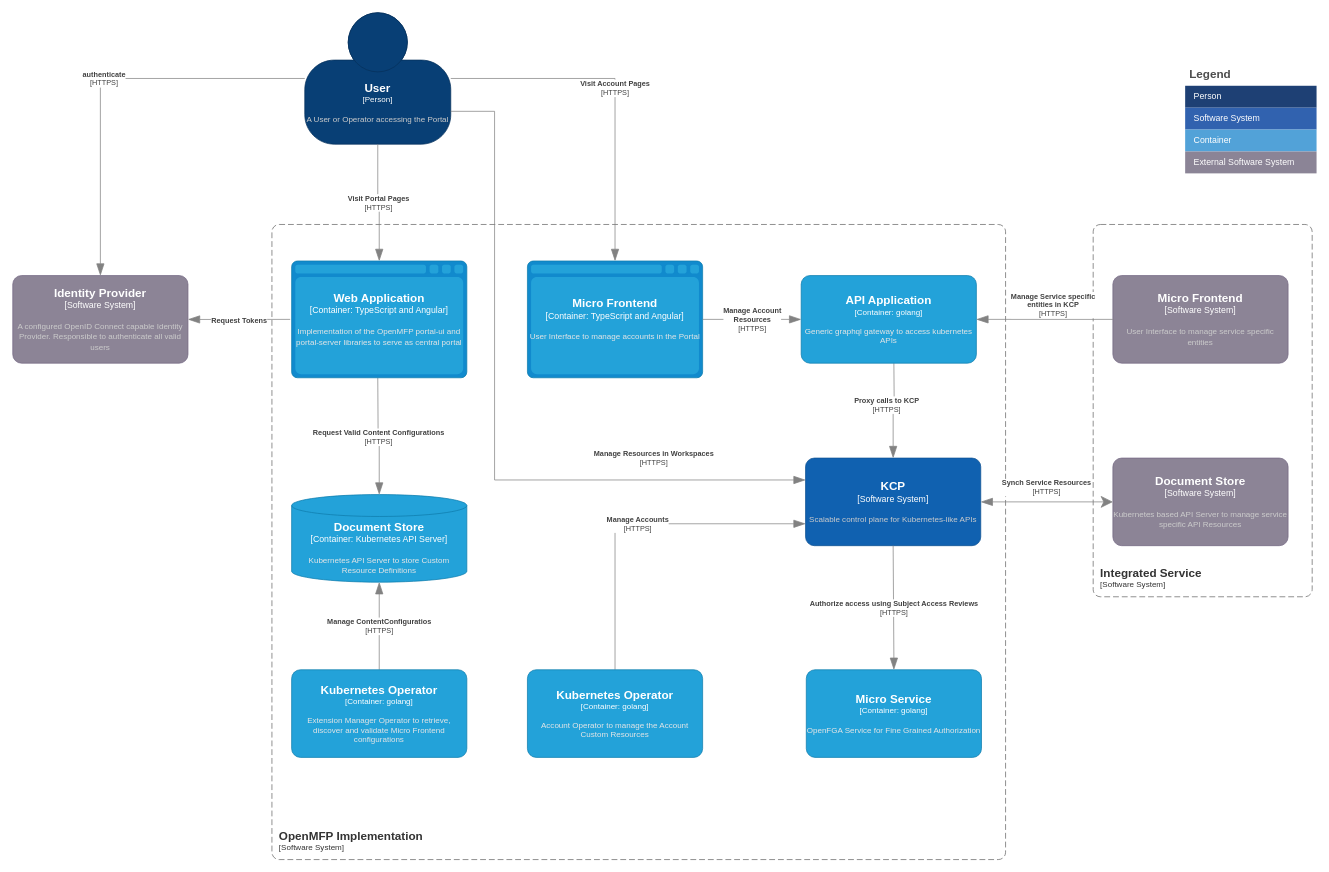
Before: page "v1-container-diagram" (4 of 4) of diagrams/openmfp-c4.drawio in openmfp/architecture, a draw.io diagram. Source tidied: cells renumbered, new cells numbered last; positions are measured from the earlier drawing's top-left corner, leaving out a move shared by most shapes. Both pictures are drawn from the tidied source at 73%, with x=0, y=0 at pixel (12, 12).
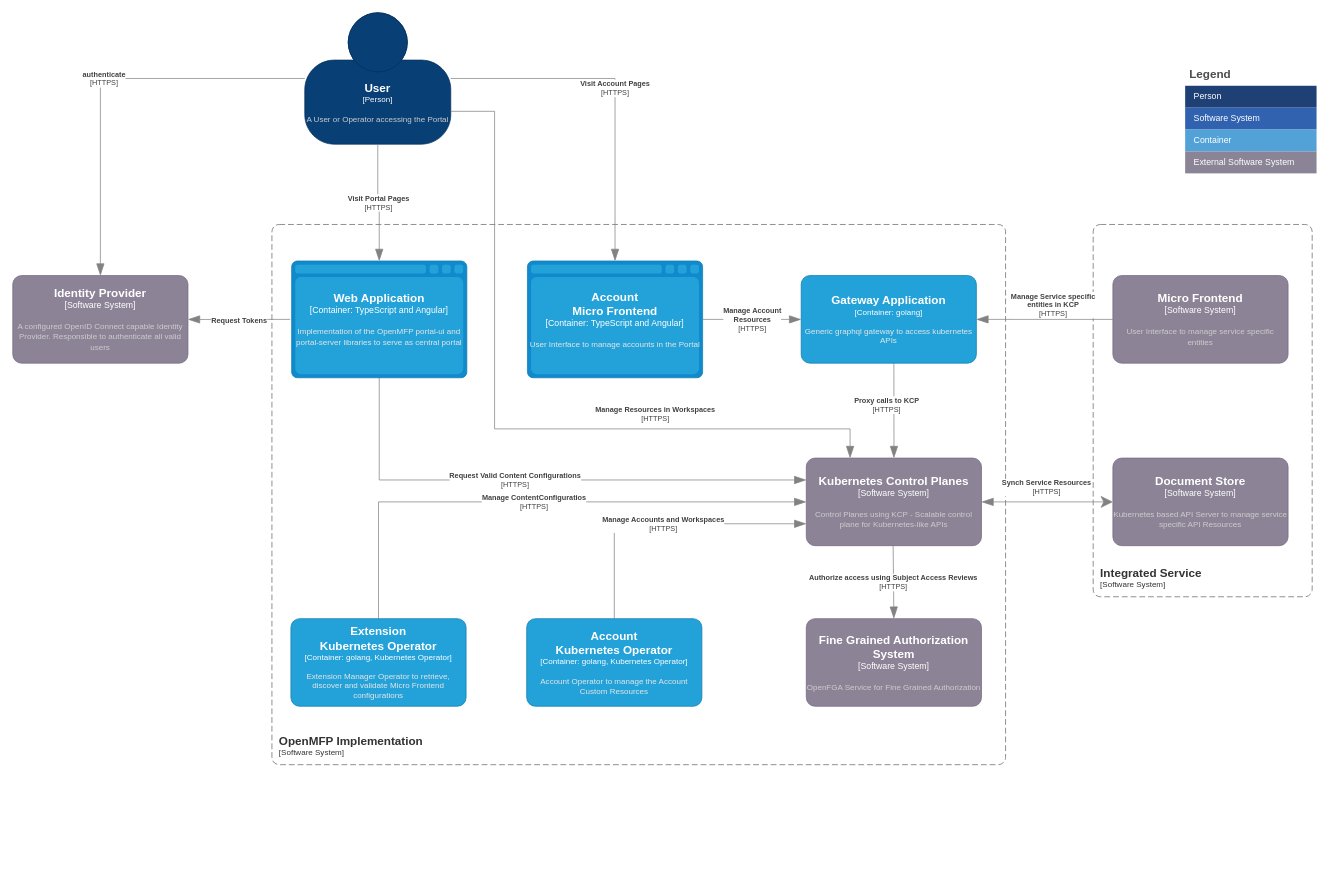
After the change.

Unchanged cells that the change refers to:
```xml
<object id="2" label="&lt;font style=&quot;font-size: 16px&quot;&gt;&lt;b&gt;%c4Name%&lt;/b&gt;&lt;/font&gt;&lt;div&gt;[%c4Type%]&lt;/div&gt;&lt;br&gt;&lt;div&gt;&lt;font style=&quot;font-size: 11px&quot;&gt;&lt;font color=&quot;#cccccc&quot;&gt;%c4Description%&lt;/font&gt;&lt;/div&gt;" c4Description="A User or Operator accessing the Portal" c4Name="User" c4Type="Person" placeholders="1">
  <mxCell style="html=1;fontSize=11;dashed=0;whiteSpace=wrap;fillColor=#083F75;strokeColor=#06315C;fontColor=#ffffff;shape=mxgraph.c4.person2;align=center;points=[[0.5,0,0],[1,0.5,0],[1,0.75,0],[0.75,1,0],[0.5,1,0],[0.25,1,0],[0,0.75,0],[0,0.5,0]];" parent="1" vertex="1">
    <mxGeometry x="400" width="200" height="180" as="geometry" />
  </mxCell>
</object>
<object id="10" label="&lt;font style=&quot;font-size: 16px&quot;&gt;&lt;b&gt;%c4Name%&lt;/b&gt;&lt;/font&gt;&lt;div&gt;[%c4Type%:&amp;nbsp;%c4Technology%]&lt;/div&gt;&lt;br&gt;&lt;div&gt;&lt;font style=&quot;font-size: 11px&quot;&gt;&lt;font color=&quot;#E6E6E6&quot;&gt;%c4Description%&lt;/font&gt;&lt;/div&gt;" c4Description="Implementation of the OpenMFP portal-ui and portal-server libraries to serve as central portal" c4Name="Web Application" c4Technology="TypeScript and Angular" c4Type="Container" placeholders="1">
  <mxCell style="shape=mxgraph.c4.webBrowserContainer2;whiteSpace=wrap;html=1;boundedLbl=1;rounded=0;labelBackgroundColor=none;strokeColor=#118ACD;fillColor=#23A2D9;strokeColor=#118ACD;strokeColor2=#0E7DAD;fontSize=12;fontColor=#ffffff;align=center;points=[[0.5,0,0],[1,0.25,0],[1,0.5,0],[1,0.75,0],[0.5,1,0],[0,0.75,0],[0,0.5,0],[0,0.25,0]];" parent="1" vertex="1">
    <mxGeometry x="382" y="340" width="240" height="160" as="geometry" />
  </mxCell>
</object>
<object id="28" label="&lt;font style=&quot;font-size: 16px&quot;&gt;&lt;b&gt;%c4Name%&lt;/b&gt;&lt;/font&gt;&lt;div&gt;[%c4Type%]&lt;/div&gt;&lt;br&gt;&lt;div&gt;&lt;font style=&quot;font-size: 11px&quot;&gt;&lt;font color=&quot;#cccccc&quot;&gt;%c4Description%&lt;/font&gt;&lt;/div&gt;" c4Description="Kubernetes based API Server to manage service specific API Resources" c4Name="Document Store" c4Type="Software System" placeholders="1">
  <mxCell style="rounded=1;whiteSpace=wrap;html=1;labelBackgroundColor=none;fillColor=#8C8496;fontColor=#ffffff;align=center;arcSize=10;strokeColor=#736782;points=[[0.25,0,0],[0.5,0,0],[0.75,0,0],[1,0.25,0],[1,0.5,0],[1,0.75,0],[0.75,1,0],[0.5,1,0],[0.25,1,0],[0,0.75,0],[0,0.5,0],[0,0.25,0]];" parent="1" vertex="1">
    <mxGeometry x="1507" y="610" width="240" height="120" as="geometry" />
  </mxCell>
</object>
```

Change to the diagram source:
```diff
@@
     <object id="5" label="&lt;font style=&quot;font-size: 16px&quot;&gt;&lt;b&gt;&lt;div style=&quot;text-align: left&quot;&gt;%c4Name%&lt;/div&gt;&lt;/b&gt;&lt;/font&gt;&lt;div style=&quot;text-align: left&quot;&gt;[%c4Application%]&lt;/div&gt;" c4Application="Software System" c4Name="OpenMFP Implementation" placeholders="1">
       <mxCell style="rounded=1;fontSize=11;whiteSpace=wrap;html=1;dashed=1;arcSize=20;fillColor=none;strokeColor=#666666;fontColor=#333333;labelBackgroundColor=none;align=left;verticalAlign=bottom;labelBorderColor=none;spacingTop=0;spacing=10;dashPattern=8 4;perimeter=rectanglePerimeter;noLabel=0;labelPadding=0;absoluteArcSize=1;" parent="1" vertex="1">
-        <mxGeometry x="355" y="290" width="1005" height="870" as="geometry" />
+        <mxGeometry x="355" y="290" width="1005" height="740" as="geometry" />
       </mxCell>
     </object>
@@
     <object id="8" label="&lt;div style=&quot;text-align: left&quot;&gt;&lt;div style=&quot;text-align: center&quot;&gt;&lt;b&gt;%c4Description%&lt;/b&gt;&lt;/div&gt;&lt;div style=&quot;text-align: center&quot;&gt;[%c4Technology%]&lt;/div&gt;&lt;/div&gt;" c4Description="Request Valid Content Configurations" c4Technology="HTTPS" placeholders="1">
-      <mxCell style="endArrow=blockThin;html=1;fontSize=10;fontColor=#404040;strokeWidth=1;endFill=1;strokeColor=#828282;elbow=vertical;endSize=14;startSize=14;jumpStyle=arc;jumpSize=16;rounded=0;edgeStyle=orthogonalEdgeStyle;exitX=0.5;exitY=1;exitDx=0;exitDy=0;exitPerimeter=0;entryX=0.5;entryY=0;entryDx=0;entryDy=0;entryPerimeter=0;" parent="1" edge="1" target="31">
-        <mxGeometry relative="1" as="geometry">
-          <mxPoint x="500" y="500" as="sourcePoint" />
+      <mxCell style="endArrow=blockThin;html=1;fontSize=10;fontColor=#404040;strokeWidth=1;endFill=1;strokeColor=#828282;elbow=vertical;endSize=14;startSize=14;jumpStyle=arc;jumpSize=16;rounded=0;edgeStyle=orthogonalEdgeStyle;exitX=0.5;exitY=1;exitDx=0;exitDy=0;exitPerimeter=0;entryX=0;entryY=0.25;entryDx=0;entryDy=0;entryPerimeter=0;" parent="1" edge="1" source="10" target="38">
+        <mxGeometry x="-0.1" relative="1" as="geometry">
+          <Array as="points">
+            <mxPoint x="502" y="640" />
+          </Array>
         </mxGeometry>
       </mxCell>
     </object>
-    <object id="9" label="&lt;font style=&quot;font-size: 16px&quot;&gt;&lt;b&gt;%c4Name%&lt;/b&gt;&lt;/font&gt;&lt;div&gt;[%c4Type%:&amp;nbsp;%c4Technology%]&lt;/div&gt;&lt;br&gt;&lt;div&gt;&lt;font style=&quot;font-size: 11px&quot;&gt;&lt;font color=&quot;#E6E6E6&quot;&gt;%c4Description%&lt;/font&gt;&lt;/div&gt;" c4Description="User Interface to manage accounts in the Portal" c4Name="Micro Frontend" c4Technology="TypeScript and Angular" c4Type="Container" placeholders="1">
+    <object id="9" label="&lt;font style=&quot;font-size: 16px&quot;&gt;&lt;b&gt;%c4Name%&lt;/b&gt;&lt;/font&gt;&lt;div&gt;[%c4Type%:&amp;nbsp;%c4Technology%]&lt;/div&gt;&lt;br&gt;&lt;div&gt;&lt;font style=&quot;font-size: 11px&quot;&gt;&lt;font color=&quot;#E6E6E6&quot;&gt;%c4Description%&lt;/font&gt;&lt;/div&gt;" c4Description="User Interface to manage accounts in the Portal" c4Name="Account&#10;Micro Frontend" c4Technology="TypeScript and Angular" c4Type="Container" placeholders="1">
       <mxCell style="shape=mxgraph.c4.webBrowserContainer2;whiteSpace=wrap;html=1;boundedLbl=1;rounded=0;labelBackgroundColor=none;strokeColor=#118ACD;fillColor=#23A2D9;strokeColor=#118ACD;strokeColor2=#0E7DAD;fontSize=12;fontColor=#ffffff;align=center;points=[[0.5,0,0],[1,0.25,0],[1,0.5,0],[1,0.75,0],[0.5,1,0],[0,0.75,0],[0,0.5,0],[0,0.25,0]];" parent="1" vertex="1">
         <mxGeometry x="705" y="340" width="240" height="160" as="geometry" />
       </mxCell>
     </object>
@@
-    <object id="11" label="&lt;font style=&quot;font-size: 16px&quot;&gt;&lt;b&gt;%c4Name%&lt;/b&gt;&lt;/font&gt;&lt;div&gt;[%c4Type%]&lt;/div&gt;&lt;br&gt;&lt;div&gt;&lt;font style=&quot;font-size: 11px&quot;&gt;&lt;font color=&quot;#cccccc&quot;&gt;%c4Description%&lt;/font&gt;&lt;/div&gt;" c4Description="Scalable control plane for Kubernetes-like APIs" c4Name="KCP" c4Type="Software System" placeholders="1">
-      <mxCell style="rounded=1;whiteSpace=wrap;html=1;labelBackgroundColor=none;fillColor=#1061B0;fontColor=#ffffff;align=center;arcSize=10;strokeColor=#0D5091;points=[[0.25,0,0],[0.5,0,0],[0.75,0,0],[1,0.25,0],[1,0.5,0],[1,0.75,0],[0.75,1,0],[0.5,1,0],[0.25,1,0],[0,0.75,0],[0,0.5,0],[0,0.25,0]];" parent="1" vertex="1">
-        <mxGeometry x="1086" y="610" width="240" height="120" as="geometry" />
-      </mxCell>
-    </object>
@@
     <object id="13" label="&lt;div style=&quot;text-align: left&quot;&gt;&lt;div style=&quot;text-align: center&quot;&gt;&lt;b&gt;%c4Description%&lt;/b&gt;&lt;/div&gt;&lt;div style=&quot;text-align: center&quot;&gt;[%c4Technology%]&lt;/div&gt;&lt;/div&gt;" c4Description="Manage Resources in Workspaces" c4Technology="HTTPS" placeholders="1">
-      <mxCell style="endArrow=blockThin;html=1;fontSize=10;fontColor=#404040;strokeWidth=1;endFill=1;strokeColor=#828282;elbow=vertical;endSize=14;startSize=14;jumpStyle=arc;jumpSize=16;rounded=0;edgeStyle=orthogonalEdgeStyle;entryX=0;entryY=0.25;entryDx=0;entryDy=0;entryPerimeter=0;exitX=1;exitY=0.75;exitDx=0;exitDy=0;exitPerimeter=0;" parent="1" edge="1" source="2" target="11">
-        <mxGeometry x="0.58" y="30" relative="1" as="geometry">
+      <mxCell style="endArrow=blockThin;html=1;fontSize=10;fontColor=#404040;strokeWidth=1;endFill=1;strokeColor=#828282;elbow=vertical;endSize=14;startSize=14;jumpStyle=arc;jumpSize=16;rounded=0;edgeStyle=orthogonalEdgeStyle;entryX=0.25;entryY=0;entryDx=0;entryDy=0;entryPerimeter=0;exitX=1;exitY=0.75;exitDx=0;exitDy=0;exitPerimeter=0;" parent="1" edge="1" source="2" target="38">
+        <mxGeometry x="0.4" y="20" relative="1" as="geometry">
           <Array as="points">
             <mxPoint x="660" y="135" />
-            <mxPoint x="660" y="640" />
+            <mxPoint x="660" y="570" />
+            <mxPoint x="1147" y="570" />
           </Array>
         </mxGeometry>
       </mxCell>
     </object>
@@
     <object id="15" label="&lt;div style=&quot;text-align: left&quot;&gt;&lt;div style=&quot;text-align: center&quot;&gt;&lt;b&gt;%c4Description%&lt;/b&gt;&lt;/div&gt;&lt;div style=&quot;text-align: center&quot;&gt;[%c4Technology%]&lt;/div&gt;&lt;/div&gt;" c4Description="Proxy calls to KCP" c4Technology="HTTPS" placeholders="1">
-      <mxCell style="endArrow=blockThin;html=1;fontSize=10;fontColor=#404040;strokeWidth=1;endFill=1;strokeColor=#828282;elbow=vertical;endSize=14;startSize=14;jumpStyle=arc;jumpSize=16;rounded=0;edgeStyle=orthogonalEdgeStyle;exitX=0.5;exitY=1;exitDx=0;exitDy=0;exitPerimeter=0;entryX=0.5;entryY=0;entryDx=0;entryDy=0;entryPerimeter=0;" parent="1" edge="1" target="11">
+      <mxCell style="endArrow=blockThin;html=1;fontSize=10;fontColor=#404040;strokeWidth=1;endFill=1;strokeColor=#828282;elbow=vertical;endSize=14;startSize=14;jumpStyle=arc;jumpSize=16;rounded=0;edgeStyle=orthogonalEdgeStyle;exitX=0.5;exitY=1;exitDx=0;exitDy=0;exitPerimeter=0;entryX=0.5;entryY=0;entryDx=0;entryDy=0;entryPerimeter=0;" parent="1" edge="1" target="38">
         <mxGeometry x="-0.13" y="-10" relative="1" as="geometry">
           <mxPoint x="1207" y="480" as="sourcePoint" />
         </mxGeometry>
       </mxCell>
     </object>
     <object id="16" label="&lt;div style=&quot;text-align: left&quot;&gt;&lt;div style=&quot;text-align: center&quot;&gt;&lt;b&gt;%c4Description%&lt;/b&gt;&lt;/div&gt;&lt;div style=&quot;text-align: center&quot;&gt;[%c4Technology%]&lt;/div&gt;&lt;/div&gt;" c4Description="Authorize access using Subject Access Reviews" c4Technology="HTTPS" placeholders="1">
-      <mxCell style="endArrow=blockThin;html=1;fontSize=10;fontColor=#404040;strokeWidth=1;endFill=1;strokeColor=#828282;elbow=vertical;endSize=14;startSize=14;jumpStyle=arc;jumpSize=16;rounded=0;edgeStyle=orthogonalEdgeStyle;exitX=0.5;exitY=1;exitDx=0;exitDy=0;exitPerimeter=0;entryX=0.5;entryY=0;entryDx=0;entryDy=0;entryPerimeter=0;" parent="1" edge="1" source="11" target="36">
-        <mxGeometry relative="1" as="geometry" />
+      <mxCell style="endArrow=blockThin;html=1;fontSize=10;fontColor=#404040;strokeWidth=1;endFill=1;strokeColor=#828282;elbow=vertical;endSize=14;startSize=14;jumpStyle=arc;jumpSize=16;rounded=0;edgeStyle=orthogonalEdgeStyle;exitX=0.5;exitY=1;exitDx=0;exitDy=0;exitPerimeter=0;entryX=0.5;entryY=0;entryDx=0;entryDy=0;entryPerimeter=0;" parent="1" edge="1" target="39">
+        <mxGeometry relative="1" as="geometry">
+          <mxPoint x="1206" y="730" as="sourcePoint" />
+        </mxGeometry>
       </mxCell>
     </object>
@@
     <object id="30" label="&lt;div style=&quot;text-align: left&quot;&gt;&lt;div style=&quot;text-align: center&quot;&gt;&lt;b&gt;%c4Description%&lt;/b&gt;&lt;/div&gt;&lt;div style=&quot;text-align: center&quot;&gt;[%c4Technology%]&lt;/div&gt;&lt;/div&gt;" c4Description="Synch Service Resources" c4Technology="HTTPS" placeholders="1">
-      <mxCell style="endArrow=blockThin;html=1;fontSize=10;fontColor=#404040;strokeWidth=1;endFill=1;strokeColor=#828282;elbow=vertical;endSize=14;startSize=14;jumpStyle=arc;jumpSize=16;rounded=0;edgeStyle=orthogonalEdgeStyle;exitX=0;exitY=0.5;exitDx=0;exitDy=0;exitPerimeter=0;entryX=1;entryY=0.5;entryDx=0;entryDy=0;entryPerimeter=0;startArrow=classic;startFill=1;" parent="1" edge="1" source="28" target="11">
+      <mxCell style="endArrow=blockThin;html=1;fontSize=10;fontColor=#404040;strokeWidth=1;endFill=1;strokeColor=#828282;elbow=vertical;endSize=14;startSize=14;jumpStyle=arc;jumpSize=16;rounded=0;edgeStyle=orthogonalEdgeStyle;exitX=0;exitY=0.5;exitDx=0;exitDy=0;exitPerimeter=0;entryX=1;entryY=0.5;entryDx=0;entryDy=0;entryPerimeter=0;startArrow=classic;startFill=1;" parent="1" edge="1" source="28" target="38">
         <mxGeometry x="0.01" y="-20" relative="1" as="geometry" />
       </mxCell>
     </object>
-    <object id="31" label="&lt;font style=&quot;font-size: 16px&quot;&gt;&lt;b&gt;%c4Name%&lt;/b&gt;&lt;/font&gt;&lt;div&gt;[%c4Type%:&amp;nbsp;%c4Technology%]&lt;/div&gt;&lt;br&gt;&lt;div&gt;&lt;font style=&quot;font-size: 11px&quot;&gt;&lt;font color=&quot;#E6E6E6&quot;&gt;%c4Description%&lt;/font&gt;&lt;/div&gt;" c4Description="Kubernetes API Server to store Custom Resource Definitions" c4Name="Document Store" c4Technology="Kubernetes API Server" c4Type="Container" placeholders="1">
-      <mxCell style="shape=cylinder3;size=15;whiteSpace=wrap;html=1;boundedLbl=1;rounded=0;labelBackgroundColor=none;fillColor=#23A2D9;fontSize=12;fontColor=#ffffff;align=center;strokeColor=#0E7DAD;points=[[0.5,0,0],[1,0.25,0],[1,0.5,0],[1,0.75,0],[0.5,1,0],[0,0.75,0],[0,0.5,0],[0,0.25,0]];" parent="1" vertex="1">
-        <mxGeometry x="382" y="660" width="240" height="120" as="geometry" />
-      </mxCell>
-    </object>
     <object id="32" label="&lt;div style=&quot;text-align: left&quot;&gt;&lt;div style=&quot;text-align: center&quot;&gt;&lt;b&gt;%c4Description%&lt;/b&gt;&lt;/div&gt;&lt;div style=&quot;text-align: center&quot;&gt;[%c4Technology%]&lt;/div&gt;&lt;/div&gt;" c4Description="Manage ContentConfiguratios" c4Technology="HTTPS" placeholders="1">
-      <mxCell style="endArrow=blockThin;html=1;fontSize=10;fontColor=#404040;strokeWidth=1;endFill=1;strokeColor=#828282;elbow=vertical;endSize=14;startSize=14;jumpStyle=arc;jumpSize=16;rounded=0;edgeStyle=orthogonalEdgeStyle;exitX=0.5;exitY=0;exitDx=0;exitDy=0;exitPerimeter=0;entryX=0.5;entryY=1;entryDx=0;entryDy=0;entryPerimeter=0;" parent="1" edge="1" source="34" target="31">
+      <mxCell style="endArrow=blockThin;html=1;fontSize=10;fontColor=#404040;strokeWidth=1;endFill=1;strokeColor=#828282;elbow=vertical;endSize=14;startSize=14;jumpStyle=arc;jumpSize=16;rounded=0;edgeStyle=orthogonalEdgeStyle;exitX=0.5;exitY=0;exitDx=0;exitDy=0;exitPerimeter=0;entryX=0;entryY=0.5;entryDx=0;entryDy=0;entryPerimeter=0;" parent="1" edge="1" source="34" target="38">
         <mxGeometry relative="1" as="geometry" />
       </mxCell>
     </object>
-    <object id="33" label="&lt;div style=&quot;text-align: left&quot;&gt;&lt;div style=&quot;text-align: center&quot;&gt;&lt;b&gt;%c4Description%&lt;/b&gt;&lt;/div&gt;&lt;div style=&quot;text-align: center&quot;&gt;[%c4Technology%]&lt;/div&gt;&lt;/div&gt;" c4Description="Manage Accounts" c4Technology="HTTPS" placeholders="1">
-      <mxCell style="endArrow=blockThin;html=1;fontSize=10;fontColor=#404040;strokeWidth=1;endFill=1;strokeColor=#828282;elbow=vertical;endSize=14;startSize=14;jumpStyle=arc;jumpSize=16;rounded=0;edgeStyle=orthogonalEdgeStyle;entryX=0;entryY=0.75;entryDx=0;entryDy=0;entryPerimeter=0;exitX=0.5;exitY=0;exitDx=0;exitDy=0;exitPerimeter=0;" parent="1" edge="1" source="35" target="11">
+    <object id="33" label="&lt;div style=&quot;text-align: left&quot;&gt;&lt;div style=&quot;text-align: center&quot;&gt;&lt;b&gt;%c4Description%&lt;/b&gt;&lt;/div&gt;&lt;div style=&quot;text-align: center&quot;&gt;[%c4Technology%]&lt;/div&gt;&lt;/div&gt;" c4Description="Manage Accounts and Workspaces" c4Technology="HTTPS" placeholders="1">
+      <mxCell style="endArrow=blockThin;html=1;fontSize=10;fontColor=#404040;strokeWidth=1;endFill=1;strokeColor=#828282;elbow=vertical;endSize=14;startSize=14;jumpStyle=arc;jumpSize=16;rounded=0;edgeStyle=orthogonalEdgeStyle;entryX=0;entryY=0.75;entryDx=0;entryDy=0;entryPerimeter=0;exitX=0.5;exitY=0;exitDx=0;exitDy=0;exitPerimeter=0;" parent="1" edge="1" source="35" target="38">
         <mxGeometry relative="1" as="geometry" />
       </mxCell>
     </object>
-    <object id="34" label="&lt;font style=&quot;font-size: 16px&quot;&gt;&lt;b&gt;%c4Name%&lt;/b&gt;&lt;/font&gt;&lt;div&gt;[%c4Type%: %c4Technology%]&lt;/div&gt;&lt;br&gt;&lt;div&gt;&lt;font style=&quot;font-size: 11px&quot;&gt;&lt;font color=&quot;#E6E6E6&quot;&gt;%c4Description%&lt;/font&gt;&lt;/div&gt;" c4Description="Extension Manager Operator to retrieve, discover and validate Micro Frontend configurations" c4Name="Kubernetes Operator" c4Technology="golang" c4Type="Container" placeholders="1">
+    <object id="34" label="&lt;font style=&quot;font-size: 16px&quot;&gt;&lt;b&gt;%c4Name%&lt;/b&gt;&lt;/font&gt;&lt;div&gt;[%c4Type%: %c4Technology%]&lt;/div&gt;&lt;br&gt;&lt;div&gt;&lt;font style=&quot;font-size: 11px&quot;&gt;&lt;font color=&quot;#E6E6E6&quot;&gt;%c4Description%&lt;/font&gt;&lt;/div&gt;" c4Description="Extension Manager Operator to retrieve, discover and validate Micro Frontend configurations" c4Name="Extension &#10;Kubernetes Operator" c4Technology="golang, Kubernetes Operator" c4Type="Container" placeholders="1">
       <mxCell style="rounded=1;whiteSpace=wrap;html=1;fontSize=11;labelBackgroundColor=none;fillColor=#23A2D9;fontColor=#ffffff;align=center;arcSize=10;strokeColor=#0E7DAD;points=[[0.25,0,0],[0.5,0,0],[0.75,0,0],[1,0.25,0],[1,0.5,0],[1,0.75,0],[0.75,1,0],[0.5,1,0],[0.25,1,0],[0,0.75,0],[0,0.5,0],[0,0.25,0]];" parent="1" vertex="1">
-        <mxGeometry x="382" y="900" width="240" height="120" as="geometry" />
+        <mxGeometry x="381" y="830" width="240" height="120" as="geometry" />
       </mxCell>
     </object>
-    <object id="35" label="&lt;font style=&quot;font-size: 16px&quot;&gt;&lt;b&gt;%c4Name%&lt;/b&gt;&lt;/font&gt;&lt;div&gt;[%c4Type%: %c4Technology%]&lt;/div&gt;&lt;br&gt;&lt;div&gt;&lt;font style=&quot;font-size: 11px&quot;&gt;&lt;font color=&quot;#E6E6E6&quot;&gt;%c4Description%&lt;/font&gt;&lt;/div&gt;" c4Description="Account Operator to manage the Account Custom Resources" c4Name="Kubernetes Operator" c4Technology="golang" c4Type="Container" placeholders="1">
+    <object id="35" label="&lt;font style=&quot;font-size: 16px&quot;&gt;&lt;b&gt;%c4Name%&lt;/b&gt;&lt;/font&gt;&lt;div&gt;[%c4Type%: %c4Technology%]&lt;/div&gt;&lt;br&gt;&lt;div&gt;&lt;font style=&quot;font-size: 11px&quot;&gt;&lt;font color=&quot;#E6E6E6&quot;&gt;%c4Description%&lt;/font&gt;&lt;/div&gt;" c4Description="Account Operator to manage the Account Custom Resources" c4Name="Account &#10;Kubernetes Operator" c4Technology="golang, Kubernetes Operator" c4Type="Container" placeholders="1">
       <mxCell style="rounded=1;whiteSpace=wrap;html=1;fontSize=11;labelBackgroundColor=none;fillColor=#23A2D9;fontColor=#ffffff;align=center;arcSize=10;strokeColor=#0E7DAD;points=[[0.25,0,0],[0.5,0,0],[0.75,0,0],[1,0.25,0],[1,0.5,0],[1,0.75,0],[0.75,1,0],[0.5,1,0],[0.25,1,0],[0,0.75,0],[0,0.5,0],[0,0.25,0]];" parent="1" vertex="1">
-        <mxGeometry x="705" y="900" width="240" height="120" as="geometry" />
+        <mxGeometry x="704" y="830" width="240" height="120" as="geometry" />
       </mxCell>
     </object>
-    <object id="36" label="&lt;font style=&quot;font-size: 16px&quot;&gt;&lt;b&gt;%c4Name%&lt;/b&gt;&lt;/font&gt;&lt;div&gt;[%c4Type%: %c4Technology%]&lt;/div&gt;&lt;br&gt;&lt;div&gt;&lt;font style=&quot;font-size: 11px&quot;&gt;&lt;font color=&quot;#E6E6E6&quot;&gt;%c4Description%&lt;/font&gt;&lt;/div&gt;" c4Description="OpenFGA Service for Fine Grained Authorization" c4Name="Micro Service" c4Technology="golang" c4Type="Container" placeholders="1">
-      <mxCell style="rounded=1;whiteSpace=wrap;html=1;fontSize=11;labelBackgroundColor=none;fillColor=#23A2D9;fontColor=#ffffff;align=center;arcSize=10;strokeColor=#0E7DAD;points=[[0.25,0,0],[0.5,0,0],[0.75,0,0],[1,0.25,0],[1,0.5,0],[1,0.75,0],[0.75,1,0],[0.5,1,0],[0.25,1,0],[0,0.75,0],[0,0.5,0],[0,0.25,0]];" parent="1" vertex="1">
-        <mxGeometry x="1087" y="900" width="240" height="120" as="geometry" />
-      </mxCell>
-    </object>
-    <object id="37" label="&lt;font style=&quot;font-size: 16px&quot;&gt;&lt;b&gt;%c4Name%&lt;/b&gt;&lt;/font&gt;&lt;div&gt;[%c4Type%: %c4Technology%]&lt;/div&gt;&lt;br&gt;&lt;div&gt;&lt;font style=&quot;font-size: 11px&quot;&gt;&lt;font color=&quot;#E6E6E6&quot;&gt;%c4Description%&lt;/font&gt;&lt;/div&gt;" c4Description="Generic graphql gateway to access kubernetes APIs" c4Name="API Application" c4Technology="golang" c4Type="Container" placeholders="1">
+    <object id="37" label="&lt;font style=&quot;font-size: 16px&quot;&gt;&lt;b&gt;%c4Name%&lt;/b&gt;&lt;/font&gt;&lt;div&gt;[%c4Type%: %c4Technology%]&lt;/div&gt;&lt;br&gt;&lt;div&gt;&lt;font style=&quot;font-size: 11px&quot;&gt;&lt;font color=&quot;#E6E6E6&quot;&gt;%c4Description%&lt;/font&gt;&lt;/div&gt;" c4Description="Generic graphql gateway to access kubernetes APIs" c4Name="Gateway Application" c4Technology="golang" c4Type="Container" placeholders="1">
       <mxCell style="rounded=1;whiteSpace=wrap;html=1;fontSize=11;labelBackgroundColor=none;fillColor=#23A2D9;fontColor=#ffffff;align=center;arcSize=10;strokeColor=#0E7DAD;points=[[0.25,0,0],[0.5,0,0],[0.75,0,0],[1,0.25,0],[1,0.5,0],[1,0.75,0],[0.75,1,0],[0.5,1,0],[0.25,1,0],[0,0.75,0],[0,0.5,0],[0,0.25,0]];" parent="1" vertex="1">
         <mxGeometry x="1080" y="360" width="240" height="120" as="geometry" />
       </mxCell>
     </object>
+    <object id="38" label="&lt;font style=&quot;font-size: 16px&quot;&gt;&lt;b&gt;%c4Name%&lt;/b&gt;&lt;/font&gt;&lt;div&gt;[%c4Type%]&lt;/div&gt;&lt;br&gt;&lt;div&gt;&lt;font style=&quot;font-size: 11px&quot;&gt;&lt;font color=&quot;#cccccc&quot;&gt;%c4Description%&lt;/font&gt;&lt;/div&gt;" c4Description="Control Planes using KCP - Scalable control plane for Kubernetes-like APIs" c4Name="Kubernetes Control Planes" c4Type="Software System" placeholders="1">
+      <mxCell style="rounded=1;whiteSpace=wrap;html=1;labelBackgroundColor=none;fillColor=#8C8496;fontColor=#ffffff;align=center;arcSize=10;strokeColor=#736782;points=[[0.25,0,0],[0.5,0,0],[0.75,0,0],[1,0.25,0],[1,0.5,0],[1,0.75,0],[0.75,1,0],[0.5,1,0],[0.25,1,0],[0,0.75,0],[0,0.5,0],[0,0.25,0]];" parent="1" vertex="1">
+        <mxGeometry x="1087" y="610" width="240" height="120" as="geometry" />
+      </mxCell>
+    </object>
+    <object id="39" label="&lt;font style=&quot;font-size: 16px&quot;&gt;&lt;b&gt;%c4Name%&lt;/b&gt;&lt;/font&gt;&lt;div&gt;[%c4Type%]&lt;/div&gt;&lt;br&gt;&lt;div&gt;&lt;font style=&quot;font-size: 11px&quot;&gt;&lt;font color=&quot;#cccccc&quot;&gt;%c4Description%&lt;/font&gt;&lt;/div&gt;" c4Description="OpenFGA Service for Fine Grained Authorization" c4Name="Fine Grained Authorization System" c4Type="Software System" placeholders="1">
+      <mxCell style="rounded=1;whiteSpace=wrap;html=1;labelBackgroundColor=none;fillColor=#8C8496;fontColor=#ffffff;align=center;arcSize=10;strokeColor=#736782;points=[[0.25,0,0],[0.5,0,0],[0.75,0,0],[1,0.25,0],[1,0.5,0],[1,0.75,0],[0.75,1,0],[0.5,1,0],[0.25,1,0],[0,0.75,0],[0,0.5,0],[0,0.25,0]];" parent="1" vertex="1">
+        <mxGeometry x="1087" y="830" width="240" height="120" as="geometry" />
+      </mxCell>
+    </object>
```
